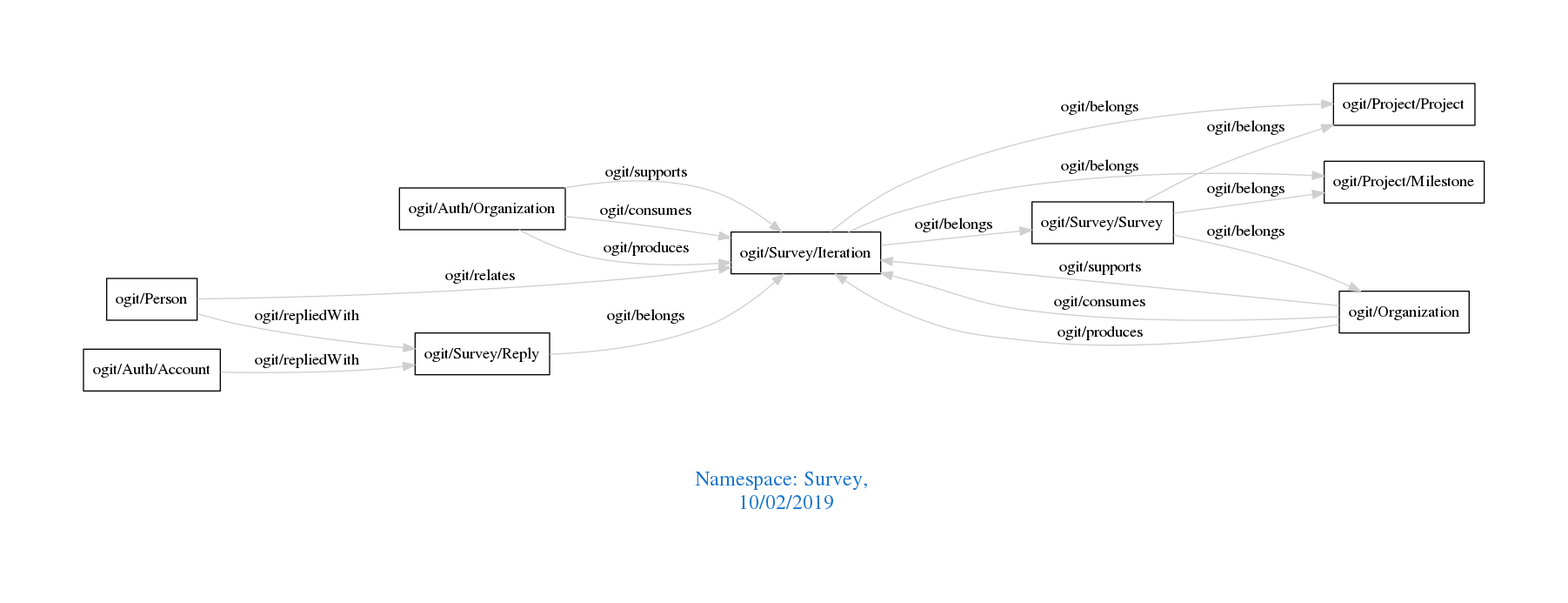
The Graphviz diagram downloads/Survey.png in arago/OGIT, before a commit. Its source is kept beside it as downloads/Survey.dot.
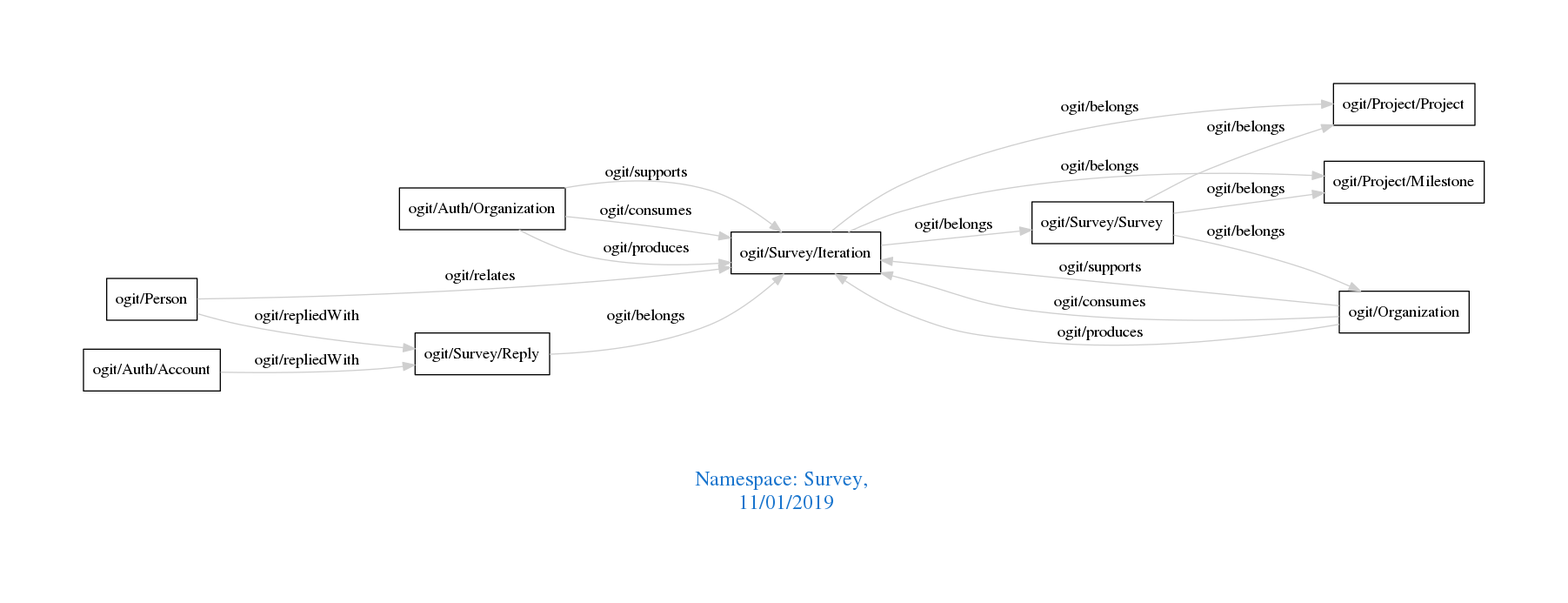
Later version of the same file.

The edit, as a diff of the source:
```diff
@@ -1,7 +1,7 @@
 digraph OGIT_ontology {
  graph [ rankdir= LR,pad=1
 fontsize = 18,
-fontcolor= dodgerblue3,label = "\n\n\nNamespace: Survey, \n 10/02/2019"];
+fontcolor= dodgerblue3,label = "\n\n\nNamespace: Survey, \n 11/01/2019"];
 node[shape=polygon];
 edge [  color="gray81"];
 
```
